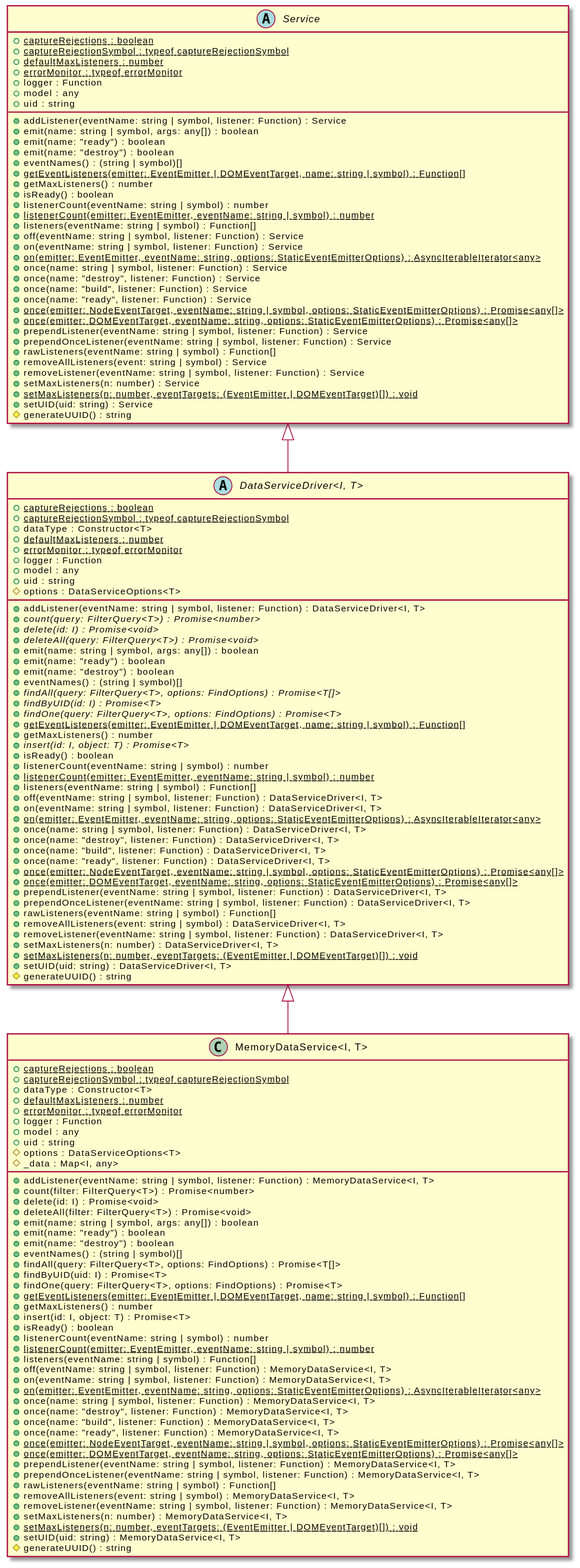
Earlier version of the PlantUML export assets/DataServiceDriver-umlClassDiagram-7294.svg (OpenHPS/openhps-core). Source of this version:
```plantuml
@startuml
skinparam BackgroundColor transparent
hide empty methods
hide empty fields
abstract class "DataServiceDriver<I, T>" {
    {static} +captureRejections : boolean
    {static} +captureRejectionSymbol : typeof captureRejectionSymbol
    +dataType : Constructor<T>
    {static} +defaultMaxListeners : number
    {static} +errorMonitor : typeof errorMonitor
    +logger : Function
    +model : any
    +uid : string
    #options : DataServiceOptions<T>
    +addListener(eventName: string | symbol, listener: Function) : DataServiceDriver<I, T>
    {abstract} +count(query: FilterQuery<T>) : Promise<number>
    {abstract} +delete(id: I) : Promise<void>
    {abstract} +deleteAll(query: FilterQuery<T>) : Promise<void>
    +emit(name: string | symbol, args: any[]) : boolean
    +emit(name: "ready") : boolean
    +emit(name: "destroy") : boolean
    +eventNames() : (string | symbol)[]
    {abstract} +findAll(query: FilterQuery<T>, options: FindOptions) : Promise<T[]>
    {abstract} +findByUID(id: I) : Promise<T>
    {abstract} +findOne(query: FilterQuery<T>, options: FindOptions) : Promise<T>
    {static} +getEventListeners(emitter: EventEmitter | DOMEventTarget, name: string | symbol) : Function[]
    +getMaxListeners() : number
    {abstract} +insert(id: I, object: T) : Promise<T>
    +isReady() : boolean
    +listenerCount(eventName: string | symbol) : number
    {static} +listenerCount(emitter: EventEmitter, eventName: string | symbol) : number
    +listeners(eventName: string | symbol) : Function[]
    +off(eventName: string | symbol, listener: Function) : DataServiceDriver<I, T>
    +on(eventName: string | symbol, listener: Function) : DataServiceDriver<I, T>
    {static} +on(emitter: EventEmitter, eventName: string, options: StaticEventEmitterOptions) : AsyncIterableIterator<any>
    +once(name: string | symbol, listener: Function) : DataServiceDriver<I, T>
    +once(name: "destroy", listener: Function) : DataServiceDriver<I, T>
    +once(name: "build", listener: Function) : DataServiceDriver<I, T>
    +once(name: "ready", listener: Function) : DataServiceDriver<I, T>
    {static} +once(emitter: NodeEventTarget, eventName: string | symbol, options: StaticEventEmitterOptions) : Promise<any[]>
    {static} +once(emitter: DOMEventTarget, eventName: string, options: StaticEventEmitterOptions) : Promise<any[]>
    +prependListener(eventName: string | symbol, listener: Function) : DataServiceDriver<I, T>
    +prependOnceListener(eventName: string | symbol, listener: Function) : DataServiceDriver<I, T>
    +rawListeners(eventName: string | symbol) : Function[]
    +removeAllListeners(event: string | symbol) : DataServiceDriver<I, T>
    +removeListener(eventName: string | symbol, listener: Function) : DataServiceDriver<I, T>
    +setMaxListeners(n: number) : DataServiceDriver<I, T>
    {static} +setMaxListeners(n: number, eventTargets: (EventEmitter | DOMEventTarget)[]) : void
    +setUID(uid: string) : DataServiceDriver<I, T>
    #generateUUID() : string
}
abstract class "Service" {
    {static} +captureRejections : boolean
    {static} +captureRejectionSymbol : typeof captureRejectionSymbol
    {static} +defaultMaxListeners : number
    {static} +errorMonitor : typeof errorMonitor
    +logger : Function
    +model : any
    +uid : string
    +addListener(eventName: string | symbol, listener: Function) : Service
    +emit(name: string | symbol, args: any[]) : boolean
    +emit(name: "ready") : boolean
    +emit(name: "destroy") : boolean
    +eventNames() : (string | symbol)[]
    {static} +getEventListeners(emitter: EventEmitter | DOMEventTarget, name: string | symbol) : Function[]
    +getMaxListeners() : number
    +isReady() : boolean
    +listenerCount(eventName: string | symbol) : number
    {static} +listenerCount(emitter: EventEmitter, eventName: string | symbol) : number
    +listeners(eventName: string | symbol) : Function[]
    +off(eventName: string | symbol, listener: Function) : Service
    +on(eventName: string | symbol, listener: Function) : Service
    {static} +on(emitter: EventEmitter, eventName: string, options: StaticEventEmitterOptions) : AsyncIterableIterator<any>
    +once(name: string | symbol, listener: Function) : Service
    +once(name: "destroy", listener: Function) : Service
    +once(name: "build", listener: Function) : Service
    +once(name: "ready", listener: Function) : Service
    {static} +once(emitter: NodeEventTarget, eventName: string | symbol, options: StaticEventEmitterOptions) : Promise<any[]>
    {static} +once(emitter: DOMEventTarget, eventName: string, options: StaticEventEmitterOptions) : Promise<any[]>
    +prependListener(eventName: string | symbol, listener: Function) : Service
    +prependOnceListener(eventName: string | symbol, listener: Function) : Service
    +rawListeners(eventName: string | symbol) : Function[]
    +removeAllListeners(event: string | symbol) : Service
    +removeListener(eventName: string | symbol, listener: Function) : Service
    +setMaxListeners(n: number) : Service
    {static} +setMaxListeners(n: number, eventTargets: (EventEmitter | DOMEventTarget)[]) : void
    +setUID(uid: string) : Service
    #generateUUID() : string
}
"Service" <|-- "DataServiceDriver<I, T>"
class "MemoryDataService<I, T>" {
    {static} +captureRejections : boolean
    {static} +captureRejectionSymbol : typeof captureRejectionSymbol
    +dataType : Constructor<T>
    {static} +defaultMaxListeners : number
    {static} +errorMonitor : typeof errorMonitor
    +logger : Function
    +model : any
    +uid : string
    #options : DataServiceOptions<T>
    #_data : Map<I, any>
    +addListener(eventName: string | symbol, listener: Function) : MemoryDataService<I, T>
    +count(filter: FilterQuery<T>) : Promise<number>
    +delete(id: I) : Promise<void>
    +deleteAll(filter: FilterQuery<T>) : Promise<void>
    +emit(name: string | symbol, args: any[]) : boolean
    +emit(name: "ready") : boolean
    +emit(name: "destroy") : boolean
    +eventNames() : (string | symbol)[]
    +findAll(query: FilterQuery<T>, options: FindOptions) : Promise<T[]>
    +findByUID(uid: I) : Promise<T>
    +findOne(query: FilterQuery<T>, options: FindOptions) : Promise<T>
    {static} +getEventListeners(emitter: EventEmitter | DOMEventTarget, name: string | symbol) : Function[]
    +getMaxListeners() : number
    +insert(id: I, object: T) : Promise<T>
    +isReady() : boolean
    +listenerCount(eventName: string | symbol) : number
    {static} +listenerCount(emitter: EventEmitter, eventName: string | symbol) : number
    +listeners(eventName: string | symbol) : Function[]
    +off(eventName: string | symbol, listener: Function) : MemoryDataService<I, T>
    +on(eventName: string | symbol, listener: Function) : MemoryDataService<I, T>
    {static} +on(emitter: EventEmitter, eventName: string, options: StaticEventEmitterOptions) : AsyncIterableIterator<any>
    +once(name: string | symbol, listener: Function) : MemoryDataService<I, T>
    +once(name: "destroy", listener: Function) : MemoryDataService<I, T>
    +once(name: "build", listener: Function) : MemoryDataService<I, T>
    +once(name: "ready", listener: Function) : MemoryDataService<I, T>
    {static} +once(emitter: NodeEventTarget, eventName: string | symbol, options: StaticEventEmitterOptions) : Promise<any[]>
    {static} +once(emitter: DOMEventTarget, eventName: string, options: StaticEventEmitterOptions) : Promise<any[]>
    +prependListener(eventName: string | symbol, listener: Function) : MemoryDataService<I, T>
    +prependOnceListener(eventName: string | symbol, listener: Function) : MemoryDataService<I, T>
    +rawListeners(eventName: string | symbol) : Function[]
    +removeAllListeners(event: string | symbol) : MemoryDataService<I, T>
    +removeListener(eventName: string | symbol, listener: Function) : MemoryDataService<I, T>
    +setMaxListeners(n: number) : MemoryDataService<I, T>
    {static} +setMaxListeners(n: number, eventTargets: (EventEmitter | DOMEventTarget)[]) : void
    +setUID(uid: string) : MemoryDataService<I, T>
    #generateUUID() : string
}
"DataServiceDriver<I, T>" <|-- "MemoryDataService<I, T>"
@enduml
```
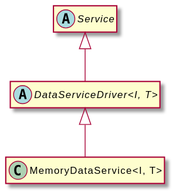
Above is the later version.

The edit, as a diff of the source:
```diff
@@ -3,138 +3,11 @@
 hide empty methods
 hide empty fields
 abstract class "DataServiceDriver<I, T>" {
-    {static} +captureRejections : boolean
-    {static} +captureRejectionSymbol : typeof captureRejectionSymbol
-    +dataType : Constructor<T>
-    {static} +defaultMaxListeners : number
-    {static} +errorMonitor : typeof errorMonitor
-    +logger : Function
-    +model : any
-    +uid : string
-    #options : DataServiceOptions<T>
-    +addListener(eventName: string | symbol, listener: Function) : DataServiceDriver<I, T>
-    {abstract} +count(query: FilterQuery<T>) : Promise<number>
-    {abstract} +delete(id: I) : Promise<void>
-    {abstract} +deleteAll(query: FilterQuery<T>) : Promise<void>
-    +emit(name: string | symbol, args: any[]) : boolean
-    +emit(name: "ready") : boolean
-    +emit(name: "destroy") : boolean
-    +eventNames() : (string | symbol)[]
-    {abstract} +findAll(query: FilterQuery<T>, options: FindOptions) : Promise<T[]>
-    {abstract} +findByUID(id: I) : Promise<T>
-    {abstract} +findOne(query: FilterQuery<T>, options: FindOptions) : Promise<T>
-    {static} +getEventListeners(emitter: EventEmitter | DOMEventTarget, name: string | symbol) : Function[]
-    +getMaxListeners() : number
-    {abstract} +insert(id: I, object: T) : Promise<T>
-    +isReady() : boolean
-    +listenerCount(eventName: string | symbol) : number
-    {static} +listenerCount(emitter: EventEmitter, eventName: string | symbol) : number
-    +listeners(eventName: string | symbol) : Function[]
-    +off(eventName: string | symbol, listener: Function) : DataServiceDriver<I, T>
-    +on(eventName: string | symbol, listener: Function) : DataServiceDriver<I, T>
-    {static} +on(emitter: EventEmitter, eventName: string, options: StaticEventEmitterOptions) : AsyncIterableIterator<any>
-    +once(name: string | symbol, listener: Function) : DataServiceDriver<I, T>
-    +once(name: "destroy", listener: Function) : DataServiceDriver<I, T>
-    +once(name: "build", listener: Function) : DataServiceDriver<I, T>
-    +once(name: "ready", listener: Function) : DataServiceDriver<I, T>
-    {static} +once(emitter: NodeEventTarget, eventName: string | symbol, options: StaticEventEmitterOptions) : Promise<any[]>
-    {static} +once(emitter: DOMEventTarget, eventName: string, options: StaticEventEmitterOptions) : Promise<any[]>
-    +prependListener(eventName: string | symbol, listener: Function) : DataServiceDriver<I, T>
-    +prependOnceListener(eventName: string | symbol, listener: Function) : DataServiceDriver<I, T>
-    +rawListeners(eventName: string | symbol) : Function[]
-    +removeAllListeners(event: string | symbol) : DataServiceDriver<I, T>
-    +removeListener(eventName: string | symbol, listener: Function) : DataServiceDriver<I, T>
-    +setMaxListeners(n: number) : DataServiceDriver<I, T>
-    {static} +setMaxListeners(n: number, eventTargets: (EventEmitter | DOMEventTarget)[]) : void
-    +setUID(uid: string) : DataServiceDriver<I, T>
-    #generateUUID() : string
 }
 abstract class "Service" {
-    {static} +captureRejections : boolean
-    {static} +captureRejectionSymbol : typeof captureRejectionSymbol
-    {static} +defaultMaxListeners : number
-    {static} +errorMonitor : typeof errorMonitor
-    +logger : Function
-    +model : any
-    +uid : string
-    +addListener(eventName: string | symbol, listener: Function) : Service
-    +emit(name: string | symbol, args: any[]) : boolean
-    +emit(name: "ready") : boolean
-    +emit(name: "destroy") : boolean
-    +eventNames() : (string | symbol)[]
-    {static} +getEventListeners(emitter: EventEmitter | DOMEventTarget, name: string | symbol) : Function[]
-    +getMaxListeners() : number
-    +isReady() : boolean
-    +listenerCount(eventName: string | symbol) : number
-    {static} +listenerCount(emitter: EventEmitter, eventName: string | symbol) : number
-    +listeners(eventName: string | symbol) : Function[]
-    +off(eventName: string | symbol, listener: Function) : Service
-    +on(eventName: string | symbol, listener: Function) : Service
-    {static} +on(emitter: EventEmitter, eventName: string, options: StaticEventEmitterOptions) : AsyncIterableIterator<any>
-    +once(name: string | symbol, listener: Function) : Service
-    +once(name: "destroy", listener: Function) : Service
-    +once(name: "build", listener: Function) : Service
-    +once(name: "ready", listener: Function) : Service
-    {static} +once(emitter: NodeEventTarget, eventName: string | symbol, options: StaticEventEmitterOptions) : Promise<any[]>
-    {static} +once(emitter: DOMEventTarget, eventName: string, options: StaticEventEmitterOptions) : Promise<any[]>
-    +prependListener(eventName: string | symbol, listener: Function) : Service
-    +prependOnceListener(eventName: string | symbol, listener: Function) : Service
-    +rawListeners(eventName: string | symbol) : Function[]
-    +removeAllListeners(event: string | symbol) : Service
-    +removeListener(eventName: string | symbol, listener: Function) : Service
-    +setMaxListeners(n: number) : Service
-    {static} +setMaxListeners(n: number, eventTargets: (EventEmitter | DOMEventTarget)[]) : void
-    +setUID(uid: string) : Service
-    #generateUUID() : string
 }
 "Service" <|-- "DataServiceDriver<I, T>"
 class "MemoryDataService<I, T>" {
-    {static} +captureRejections : boolean
-    {static} +captureRejectionSymbol : typeof captureRejectionSymbol
-    +dataType : Constructor<T>
-    {static} +defaultMaxListeners : number
-    {static} +errorMonitor : typeof errorMonitor
-    +logger : Function
-    +model : any
-    +uid : string
-    #options : DataServiceOptions<T>
-    #_data : Map<I, any>
-    +addListener(eventName: string | symbol, listener: Function) : MemoryDataService<I, T>
-    +count(filter: FilterQuery<T>) : Promise<number>
-    +delete(id: I) : Promise<void>
-    +deleteAll(filter: FilterQuery<T>) : Promise<void>
-    +emit(name: string | symbol, args: any[]) : boolean
-    +emit(name: "ready") : boolean
-    +emit(name: "destroy") : boolean
-    +eventNames() : (string | symbol)[]
-    +findAll(query: FilterQuery<T>, options: FindOptions) : Promise<T[]>
-    +findByUID(uid: I) : Promise<T>
-    +findOne(query: FilterQuery<T>, options: FindOptions) : Promise<T>
-    {static} +getEventListeners(emitter: EventEmitter | DOMEventTarget, name: string | symbol) : Function[]
-    +getMaxListeners() : number
-    +insert(id: I, object: T) : Promise<T>
-    +isReady() : boolean
-    +listenerCount(eventName: string | symbol) : number
-    {static} +listenerCount(emitter: EventEmitter, eventName: string | symbol) : number
-    +listeners(eventName: string | symbol) : Function[]
-    +off(eventName: string | symbol, listener: Function) : MemoryDataService<I, T>
-    +on(eventName: string | symbol, listener: Function) : MemoryDataService<I, T>
-    {static} +on(emitter: EventEmitter, eventName: string, options: StaticEventEmitterOptions) : AsyncIterableIterator<any>
-    +once(name: string | symbol, listener: Function) : MemoryDataService<I, T>
-    +once(name: "destroy", listener: Function) : MemoryDataService<I, T>
-    +once(name: "build", listener: Function) : MemoryDataService<I, T>
-    +once(name: "ready", listener: Function) : MemoryDataService<I, T>
-    {static} +once(emitter: NodeEventTarget, eventName: string | symbol, options: StaticEventEmitterOptions) : Promise<any[]>
-    {static} +once(emitter: DOMEventTarget, eventName: string, options: StaticEventEmitterOptions) : Promise<any[]>
-    +prependListener(eventName: string | symbol, listener: Function) : MemoryDataService<I, T>
-    +prependOnceListener(eventName: string | symbol, listener: Function) : MemoryDataService<I, T>
-    +rawListeners(eventName: string | symbol) : Function[]
-    +removeAllListeners(event: string | symbol) : MemoryDataService<I, T>
-    +removeListener(eventName: string | symbol, listener: Function) : MemoryDataService<I, T>
-    +setMaxListeners(n: number) : MemoryDataService<I, T>
-    {static} +setMaxListeners(n: number, eventTargets: (EventEmitter | DOMEventTarget)[]) : void
-    +setUID(uid: string) : MemoryDataService<I, T>
-    #generateUUID() : string
 }
 "DataServiceDriver<I, T>" <|-- "MemoryDataService<I, T>"
 @enduml
```
